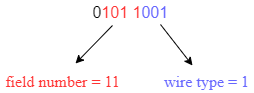
Before: protobuf/demo1.png, a diagram exported from draw.io (sihaibao/note). Source tidied: cells renumbered, new cells last; positions are measured from the earlier drawing's top-left corner, leaving out a move shared by most shapes.
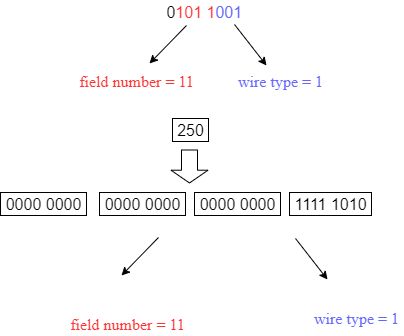
Later version of the same file.

Diff of the diagram source:
```diff
@@ -23,5 +23,44 @@
     <mxCell id="6" value="&lt;font color=&quot;#ff3333&quot;&gt;field number = 11&lt;/font&gt;" style="text;html=1;align=center;verticalAlign=middle;strokeColor=none;fillColor=none;fontSize=16;fontFamily=Times New Roman;fontColor=#000000;" parent="1" vertex="1">
       <mxGeometry y="69" width="124" height="23" as="geometry" />
     </mxCell>
+    <mxCell id="7" value="1111 1010" style="text;html=1;align=center;verticalAlign=middle;strokeColor=default;fillColor=none;fontSize=16;" parent="1" vertex="1">
+      <mxGeometry x="215" y="192" width="82" height="23" as="geometry" />
+    </mxCell>
+    <mxCell id="8" style="endArrow=classic;html=1;rounded=0;shadow=0;fontSize=16;fontColor=#6666FF;fontFamily=Times New Roman;" parent="1" edge="1">
+      <mxGeometry relative="1" as="geometry">
+        <mxPoint x="84" y="237" as="sourcePoint" />
+        <mxPoint x="47" y="275" as="targetPoint" />
+      </mxGeometry>
+    </mxCell>
+    <mxCell id="9" style="endArrow=classic;html=1;rounded=0;shadow=0;fontSize=16;fontColor=#6666FF;fontFamily=Times New Roman;" parent="1" edge="1">
+      <mxGeometry relative="1" as="geometry">
+        <mxPoint x="221" y="238" as="sourcePoint" />
+        <mxPoint x="253" y="279" as="targetPoint" />
+      </mxGeometry>
+    </mxCell>
+    <mxCell id="10" value="&lt;font color=&quot;#6666ff&quot;&gt;wire type = 1&lt;/font&gt;" style="text;html=1;align=center;verticalAlign=middle;strokeColor=none;fillColor=none;fontSize=16;fontFamily=Times New Roman;fontColor=#000000;" parent="1" vertex="1">
+      <mxGeometry x="234" y="306" width="95" height="23" as="geometry" />
+    </mxCell>
+    <mxCell id="11" value="&lt;font color=&quot;#ff3333&quot;&gt;field number = 11&lt;/font&gt;" style="text;html=1;align=center;verticalAlign=middle;strokeColor=none;fillColor=none;fontSize=16;fontFamily=Times New Roman;fontColor=#000000;" parent="1" vertex="1">
+      <mxGeometry x="-9" y="312" width="124" height="23" as="geometry" />
+    </mxCell>
+    <mxCell id="12" value="0000 0000" style="text;html=1;align=center;verticalAlign=middle;strokeColor=default;fillColor=none;fontSize=16;" parent="1" vertex="1">
+      <mxGeometry x="120" y="192" width="86" height="23" as="geometry" />
+    </mxCell>
+    <mxCell id="13" value="0000 0000" style="text;html=1;align=center;verticalAlign=middle;strokeColor=default;fillColor=none;fontSize=16;" parent="1" vertex="1">
+      <mxGeometry x="-74" y="192" width="86" height="23" as="geometry" />
+    </mxCell>
+    <mxCell id="14" value="0000 0000" style="text;html=1;align=center;verticalAlign=middle;strokeColor=default;fillColor=none;fontSize=16;" parent="1" vertex="1">
+      <mxGeometry x="25" y="192" width="86" height="23" as="geometry" />
+    </mxCell>
+    <mxCell id="15" value="250" style="text;html=1;align=center;verticalAlign=middle;strokeColor=default;fillColor=none;fontSize=16;" parent="1" vertex="1">
+      <mxGeometry x="98" y="118" width="36" height="23" as="geometry" />
+    </mxCell>
+    <mxCell id="16" style="shape=flexArrow;endArrow=classic;html=1;rounded=0;width=16;endSize=3.93;" parent="1" edge="1">
+      <mxGeometry relative="1" as="geometry">
+        <mxPoint x="115" y="149" as="sourcePoint" />
+        <mxPoint x="115" y="183" as="targetPoint" />
+      </mxGeometry>
+    </mxCell>
   </root>
 </mxGraphModel>
```
